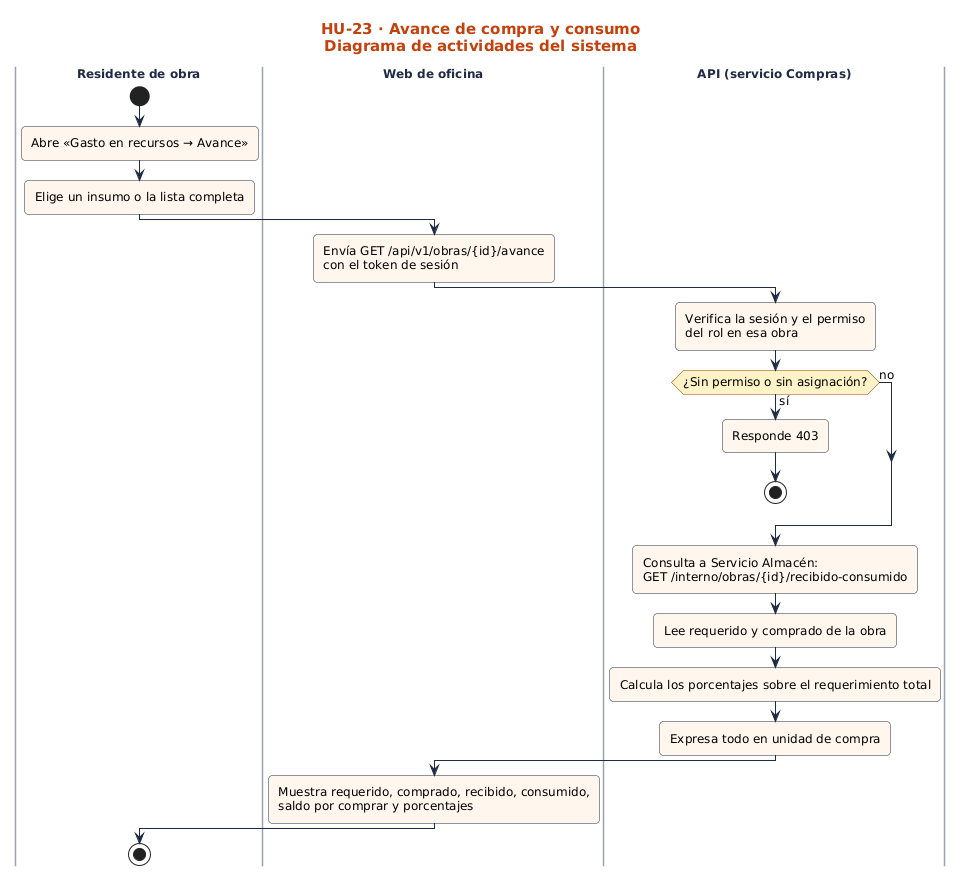
Before: docs/sprint-2/diagramas-hu/hu-23-avance-de-compra-y-consumo/actividades.png, a diagram exported from PlantUML (nandoestebanif/sevens-sigro).
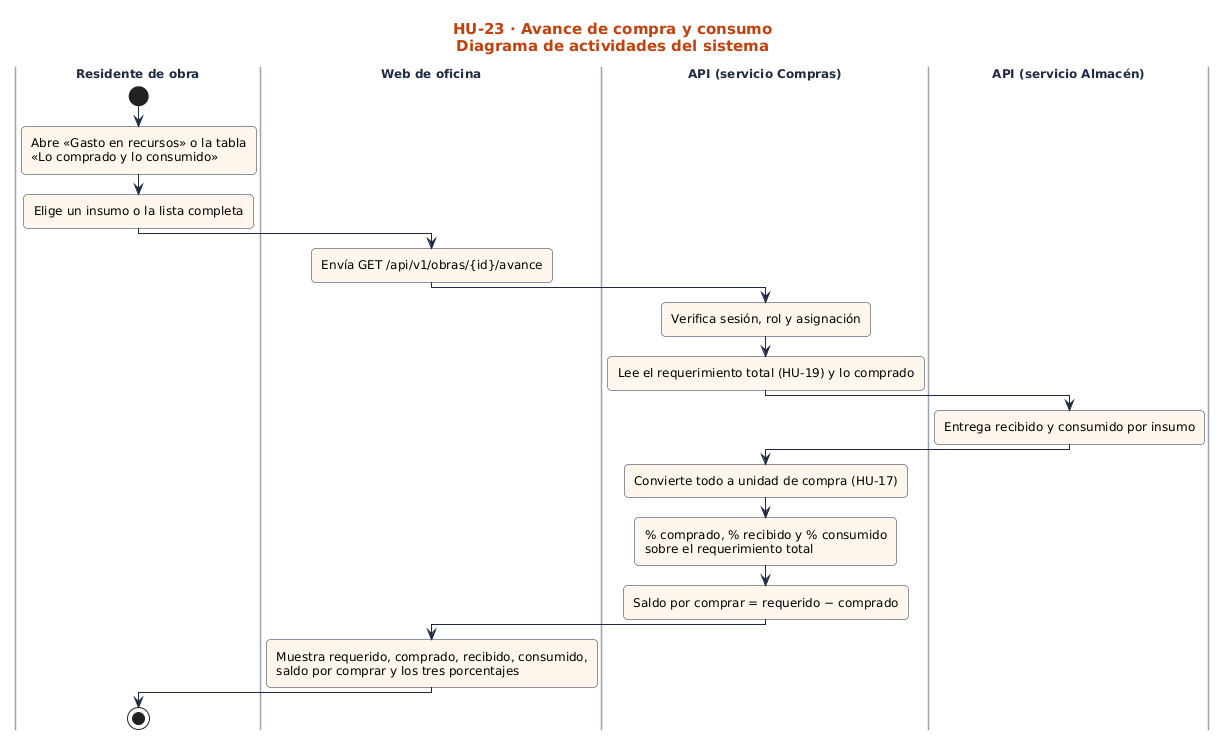
Above is the later version.

Diff of the diagram source:
```diff
@@ -3,23 +3,21 @@
 title HU-23 · Avance de compra y consumo\nDiagrama de actividades del sistema
 |Residente de obra|
 start
-:Abre «Gasto en recursos → Avance»;
+:Abre «Gasto en recursos» o la tabla\n«Lo comprado y lo consumido»;
 :Elige un insumo o la lista completa;
 |Web de oficina|
-:Envía GET /api/v1/obras/{id}/avance\ncon el token de sesión;
+:Envía GET /api/v1/obras/{id}/avance;
 |API (servicio Compras)|
-:Verifica la sesión y el permiso\ndel rol en esa obra;
-if (¿Sin permiso o sin asignación?) then (sí)
-:Responde 403;
-stop
-else (no)
-endif
-:Consulta a Servicio Almacén:\nGET /interno/obras/{id}/recibido-consumido;
-:Lee requerido y comprado de la obra;
-:Calcula los porcentajes sobre el requerimiento total;
-:Expresa todo en unidad de compra;
+:Verifica sesión, rol y asignación;
+:Lee el requerimiento total (HU-19) y lo comprado;
+|API (servicio Almacén)|
+:Entrega recibido y consumido por insumo;
+|API (servicio Compras)|
+:Convierte todo a unidad de compra (HU-17);
+:% comprado, % recibido y % consumido\nsobre el requerimiento total;
+:Saldo por comprar = requerido − comprado;
 |Web de oficina|
-:Muestra requerido, comprado, recibido, consumido,\nsaldo por comprar y porcentajes;
+:Muestra requerido, comprado, recibido, consumido,\nsaldo por comprar y los tres porcentajes;
 |Residente de obra|
 stop
 @enduml
```
